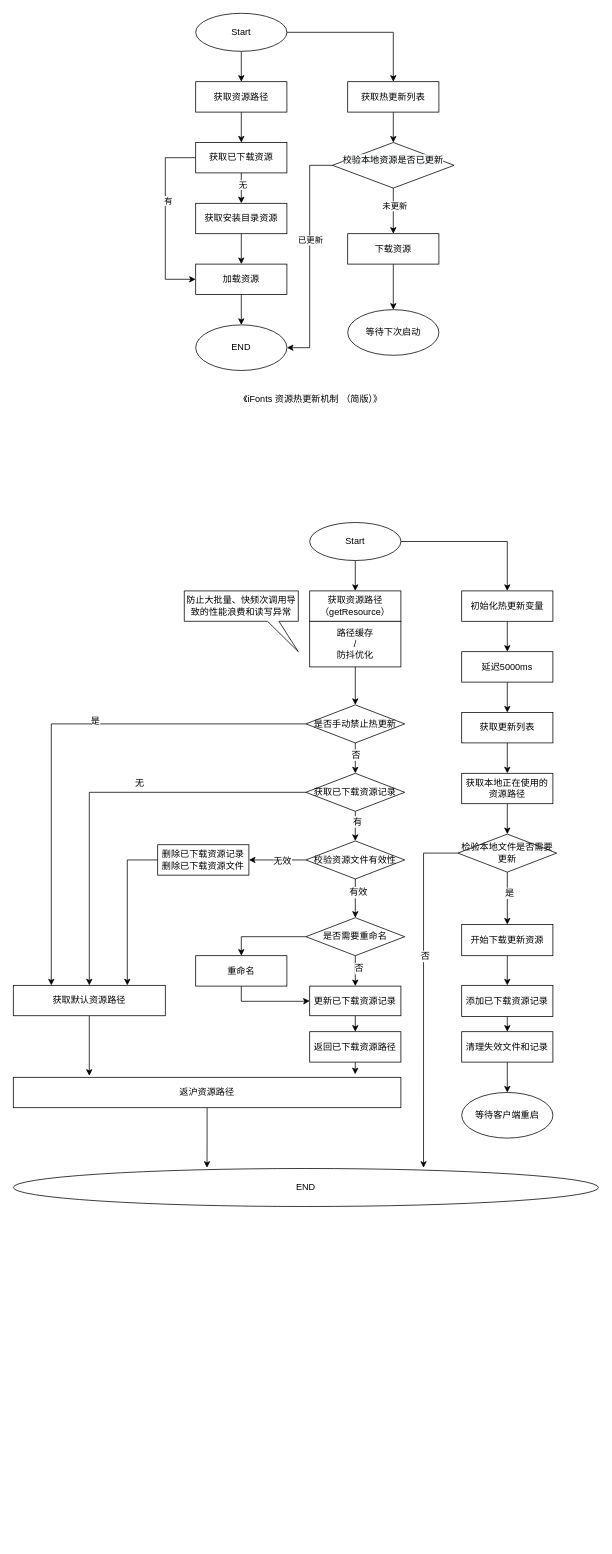
Before: 未命名绘图.drawio in Howlcn1997/diagram_document_storage, a draw.io diagram. Source tidied: cells renumbered, new cells numbered last; positions are measured from the earlier drawing's top-left corner, leaving out a move shared by most shapes. Both pictures are drawn from the tidied source at 76%, with x=0, y=0 at pixel (13, 13).
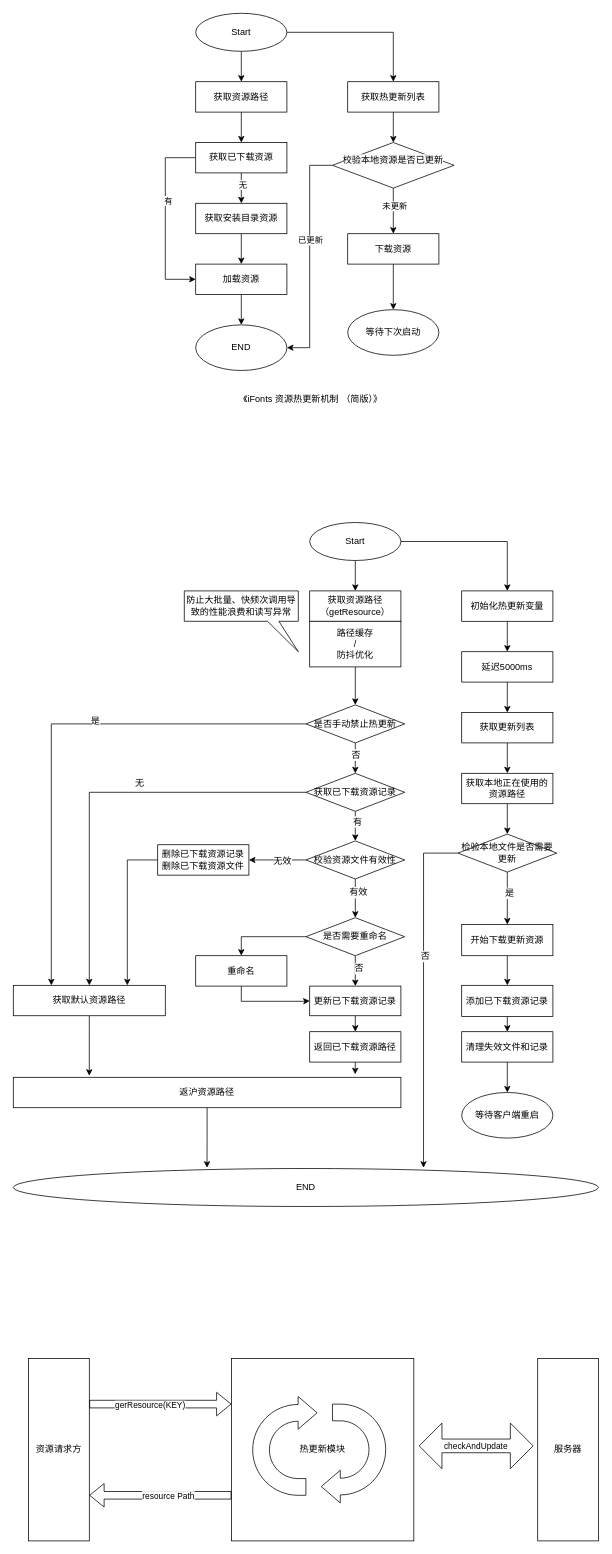
Above is the later version.

Change to the diagram source:
```diff
@@
+    <mxCell id="87" value="热更新模块" style="whiteSpace=wrap;html=1;" parent="1" vertex="1">
+      <mxGeometry x="287" y="1770" width="240" height="240" as="geometry" />
+    </mxCell>
+    <mxCell id="88" value="资源请求方" style="rounded=0;whiteSpace=wrap;html=1;" parent="1" vertex="1">
+      <mxGeometry x="20" y="1770" width="80" height="240" as="geometry" />
+    </mxCell>
+    <mxCell id="89" style="shape=flexArrow;endArrow=classic;html=1;rounded=0;entryX=0;entryY=0.25;entryDx=0;entryDy=0;exitX=1;exitY=0.25;exitDx=0;exitDy=0;" parent="1" edge="1" source="88" target="87">
+      <mxGeometry relative="1" as="geometry" />
+    </mxCell>
+    <mxCell id="90" value="gerResource(KEY)" style="edgeLabel;html=1;align=center;verticalAlign=middle;" parent="89" vertex="1">
+      <mxGeometry x="-0.15" y="-1" relative="1" as="geometry" />
+    </mxCell>
+    <mxCell id="91" value="服务器" style="rounded=0;whiteSpace=wrap;html=1;" parent="1" vertex="1">
+      <mxGeometry x="690" y="1770" width="80" height="240" as="geometry" />
+    </mxCell>
+    <mxCell id="92" style="html=1;shadow=0;dashed=0;align=center;verticalAlign=middle;shape=mxgraph.arrows2.uTurnArrow;dy=11;arrowHead=43;dx2=25;" parent="1" vertex="1">
+      <mxGeometry x="315" y="1820" width="70" height="130" as="geometry" />
+    </mxCell>
+    <mxCell id="93" style="html=1;shadow=0;dashed=0;align=center;verticalAlign=middle;shape=mxgraph.arrows2.uTurnArrow;dy=11;arrowHead=43;dx2=25;rotation=-180;" parent="1" vertex="1">
+      <mxGeometry x="420" y="1830" width="70" height="130" as="geometry" />
+    </mxCell>
+    <mxCell id="94" style="shape=flexArrow;endArrow=classic;html=1;rounded=0;entryX=1;entryY=0.75;entryDx=0;entryDy=0;exitX=0;exitY=0.75;exitDx=0;exitDy=0;" parent="1" edge="1" source="87" target="88">
+      <mxGeometry relative="1" as="geometry" />
+    </mxCell>
+    <mxCell id="95" value="resource Path" style="edgeLabel;html=1;align=center;verticalAlign=middle;" parent="94" vertex="1">
+      <mxGeometry x="-0.1" relative="1" as="geometry" />
+    </mxCell>
+    <mxCell id="96" value="&lt;span style=&quot;font-size: 11px;&quot;&gt;checkAndUpdate&lt;/span&gt;" style="shape=doubleArrow;whiteSpace=wrap;html=1;" parent="1" vertex="1">
+      <mxGeometry x="534" y="1855" width="150" height="60" as="geometry" />
+    </mxCell>
```
